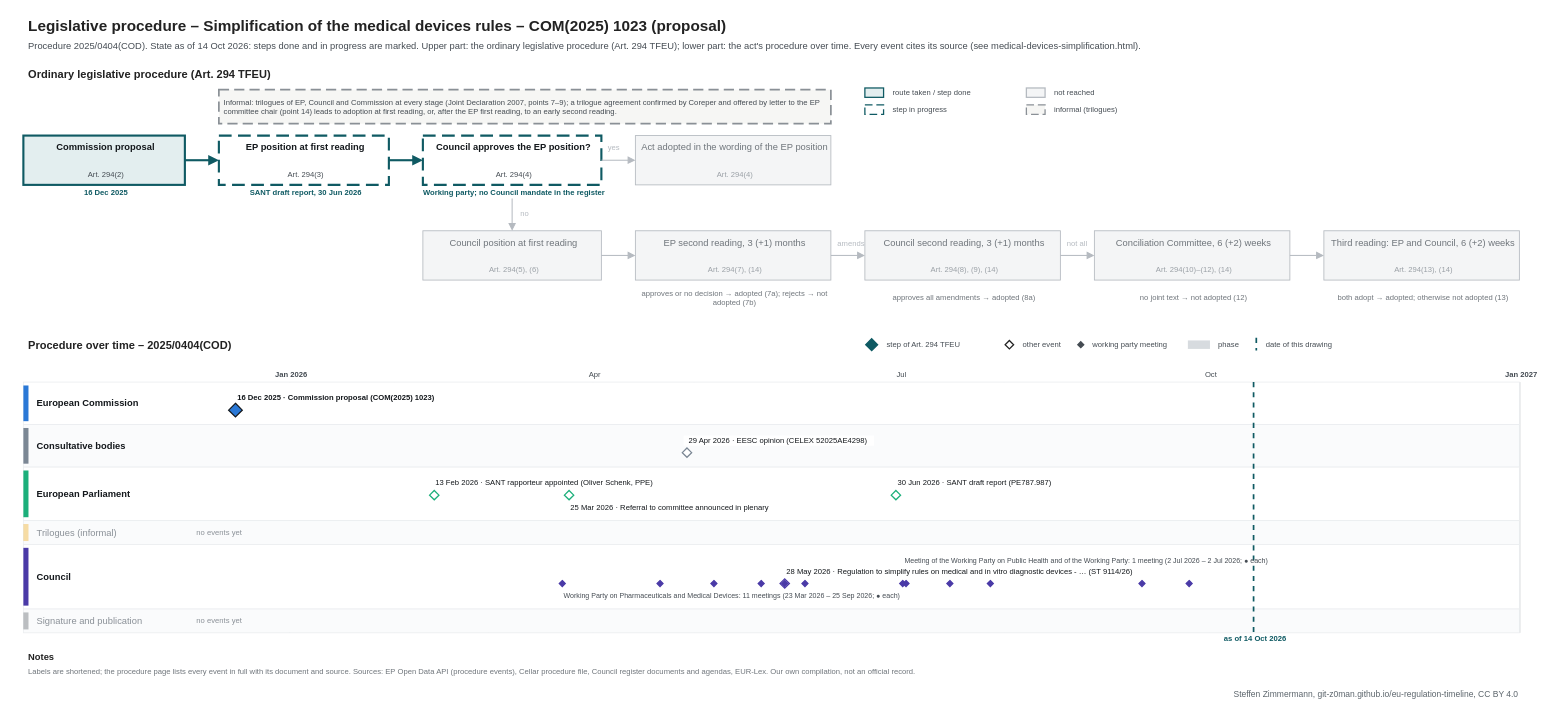
Earlier version of the draw.io diagram procedures/medical-devices-simplification.drawio (git-z0man/eu-regulation-timeline). Source tidied: cells renumbered, new cells numbered last; positions are measured from the earlier drawing's top-left corner, leaving out a move shared by most shapes. Both pictures are drawn from the tidied source at 85%, with x=0, y=0 at pixel (14, 14).
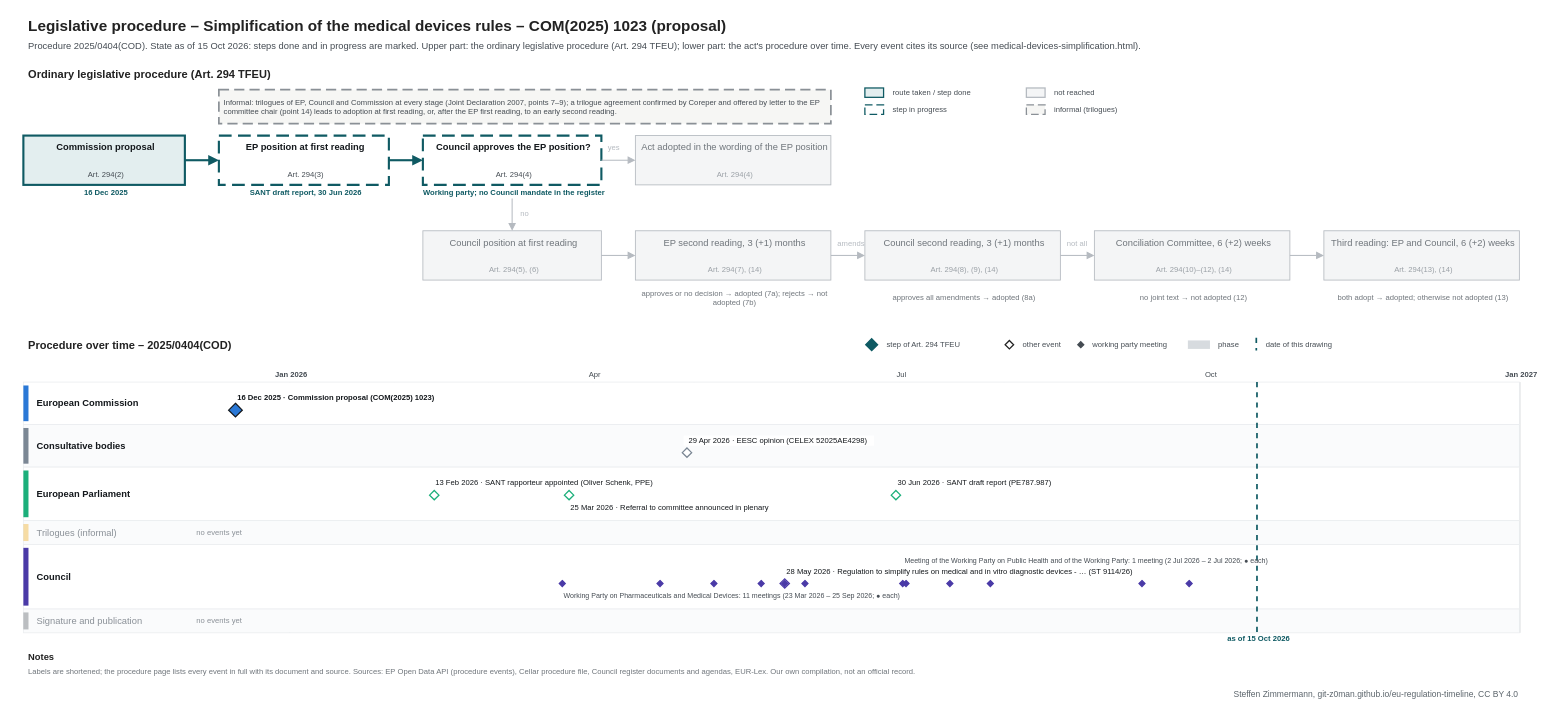
The same diagram, later.

What changed in the source:
```diff
@@
-    <mxCell id="3" value="Procedure 2025/0404(COD). State as of 14 Oct 2026: steps done and in progress are marked. Upper part: the ordinary legislative procedure (Art. 294 TFEU); lower part: the act's procedure over time. Every event cites its source (see medical-devices-simplification.html)." style="text;html=1;fontSize=11;fontColor=#454c53;align=left;verticalAlign=middle;spacingLeft=4;" parent="1" vertex="1">
+    <mxCell id="3" value="Procedure 2025/0404(COD). State as of 15 Oct 2026: steps done and in progress are marked. Upper part: the ordinary legislative procedure (Art. 294 TFEU); lower part: the act's procedure over time. Every event cites its source (see medical-devices-simplification.html)." style="text;html=1;fontSize=11;fontColor=#454c53;align=left;verticalAlign=middle;spacingLeft=4;" parent="1" vertex="1">
       <mxGeometry x="10" y="28" width="1700" height="18" as="geometry" />
     </mxCell>
@@
     <mxCell id="111" style="line;html=1;strokeWidth=2;strokeColor=#0f5a63;direction=south;dashed=1;" parent="1" vertex="1">
-      <mxGeometry x="1456.8" y="432" width="1" height="295" as="geometry" />
+      <mxGeometry x="1460.8" y="432" width="1" height="295" as="geometry" />
     </mxCell>
-    <mxCell id="112" value="as of 14 Oct 2026" style="text;html=1;fontSize=9;fontColor=#0f5a63;align=center;verticalAlign=middle;spacingLeft=4;fontStyle=1;" parent="1" vertex="1">
-      <mxGeometry x="1396.8" y="728" width="120" height="12" as="geometry" />
+    <mxCell id="112" value="as of 15 Oct 2026" style="text;html=1;fontSize=9;fontColor=#0f5a63;align=center;verticalAlign=middle;spacingLeft=4;fontStyle=1;" parent="1" vertex="1">
+      <mxGeometry x="1400.8" y="728" width="120" height="12" as="geometry" />
     </mxCell>
```
